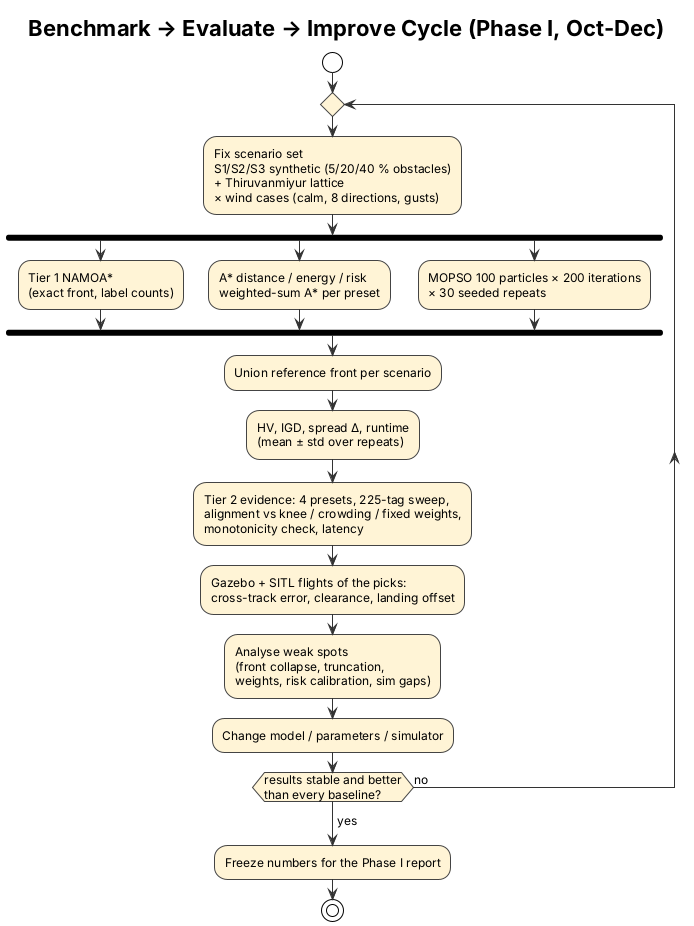
thirumuruganra/fyp-drone keeps this PlantUML diagram as Review_2/diagrams/eval_cycle.png. Above is the earlier version.
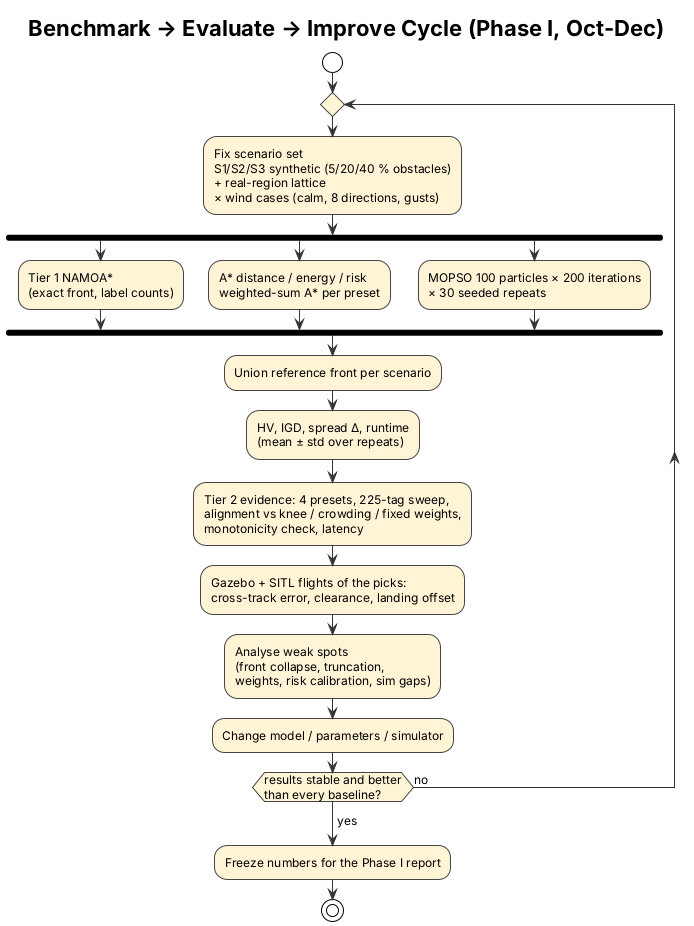
The same diagram one commit later.

What changed in the source:
```diff
@@ -9,7 +9,7 @@
 
 start
 repeat
-  :Fix scenario set\nS1/S2/S3 synthetic (5/20/40 % obstacles)\n+ Thiruvanmiyur lattice\n× wind cases (calm, 8 directions, gusts);
+  :Fix scenario set\nS1/S2/S3 synthetic (5/20/40 % obstacles)\n+ real-region lattice\n× wind cases (calm, 8 directions, gusts);
   fork
     :Tier 1 NAMOA*\n(exact front, label counts);
   fork again
```
